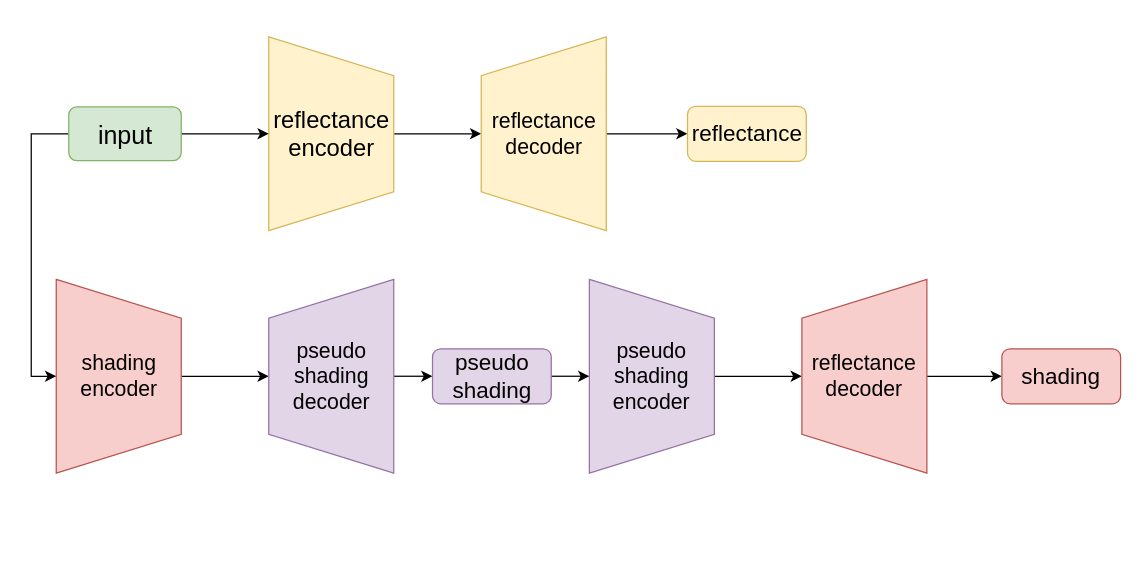
The draw.io diagram New_RIN.drawio in FangYang970206/draw.io, before the edit. Source tidied: cells renumbered, new cells numbered last; positions are measured from the earlier drawing's top-left corner, leaving out a move shared by most shapes. Both pictures are drawn from the tidied source at 125%, with x=0, y=0 at pixel (56, 36).
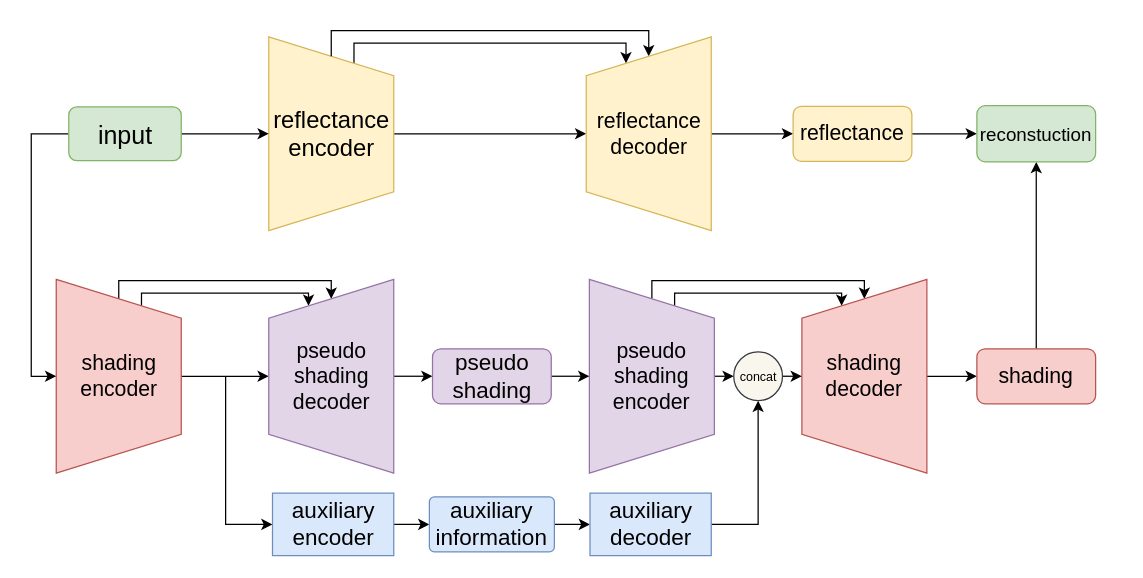
After the change.

Unchanged cells that the change refers to:
```xml
<mxCell id="3" value="&lt;font style=&quot;font-size: 19px&quot;&gt;reflectance&lt;br&gt;encoder&lt;/font&gt;" style="shape=trapezoid;perimeter=trapezoidPerimeter;whiteSpace=wrap;html=1;rotation=0;direction=south;fillColor=#fff2cc;strokeColor=#d6b656;" parent="1" vertex="1">
  <mxGeometry x="169.5" width="100" height="155" as="geometry" />
</mxCell>
<mxCell id="7" value="&lt;font style=&quot;font-size: 17px&quot;&gt;shading&lt;br&gt;encoder&lt;/font&gt;" style="shape=trapezoid;perimeter=trapezoidPerimeter;whiteSpace=wrap;html=1;rotation=0;direction=south;fillColor=#f8cecc;strokeColor=#b85450;" parent="1" vertex="1">
  <mxGeometry x="-0.5" y="194" width="100" height="155" as="geometry" />
</mxCell>
<mxCell id="9" value="&lt;font style=&quot;font-size: 17px&quot;&gt;pseudo&lt;br&gt;shading&lt;br&gt;decoder&lt;/font&gt;" style="shape=trapezoid;perimeter=trapezoidPerimeter;whiteSpace=wrap;html=1;rotation=0;direction=north;fillColor=#e1d5e7;strokeColor=#9673a6;" parent="1" vertex="1">
  <mxGeometry x="169.5" y="194" width="100" height="155" as="geometry" />
</mxCell>
<mxCell id="11" value="&lt;font style=&quot;font-size: 17px&quot;&gt;pseudo&lt;br&gt;shading&lt;br&gt;encoder&lt;/font&gt;" style="shape=trapezoid;perimeter=trapezoidPerimeter;whiteSpace=wrap;html=1;rotation=0;direction=south;fillColor=#e1d5e7;strokeColor=#9673a6;" parent="1" vertex="1">
  <mxGeometry x="426" y="194" width="100" height="155" as="geometry" />
</mxCell>
<mxCell id="19" value="&lt;font style=&quot;font-size: 18px&quot;&gt;pseudo&lt;br&gt;shading&lt;/font&gt;" style="rounded=1;whiteSpace=wrap;html=1;fillColor=#e1d5e7;strokeColor=#9673a6;" parent="1" vertex="1">
  <mxGeometry x="300.5" y="249.5" width="95" height="44" as="geometry" />
</mxCell>
```

Diff of the diagram source:
```diff
@@
+    <mxCell id="21" style="edgeStyle=orthogonalEdgeStyle;rounded=0;jettySize=auto;html=1;exitX=0;exitY=0.25;exitDx=0;exitDy=0;entryX=1;entryY=0.25;entryDx=0;entryDy=0;strokeColor=#000000;fontColor=#FF3399;" parent="1" edge="1" source="3" target="5">
+      <mxGeometry relative="1" as="geometry">
+        <Array as="points">
+          <mxPoint x="238" y="5" />
+          <mxPoint x="455" y="5" />
+        </Array>
+      </mxGeometry>
+    </mxCell>
@@
+    <mxCell id="22" style="edgeStyle=orthogonalEdgeStyle;rounded=0;jettySize=auto;html=1;strokeColor=#000000;fontColor=#FF3399;entryX=1;entryY=0.5;entryDx=0;entryDy=0;exitX=0;exitY=0.5;exitDx=0;exitDy=0;" parent="1" edge="1" source="3" target="5">
+      <mxGeometry relative="1" as="geometry">
+        <Array as="points">
+          <mxPoint x="219" y="-5" />
+          <mxPoint x="474" y="-5" />
+        </Array>
+      </mxGeometry>
+    </mxCell>
     <mxCell id="5" value="&lt;font style=&quot;font-size: 17px&quot;&gt;reflectance&lt;br&gt;decoder&lt;/font&gt;" style="shape=trapezoid;perimeter=trapezoidPerimeter;whiteSpace=wrap;html=1;rotation=0;direction=north;fillColor=#fff2cc;strokeColor=#d6b656;" parent="1" vertex="1">
-      <mxGeometry x="339.5" width="100" height="155" as="geometry" />
+      <mxGeometry x="423.5" width="100" height="155" as="geometry" />
     </mxCell>
-    <mxCell id="6" style="edgeStyle=orthogonalEdgeStyle;rounded=0;jettySize=auto;html=1;exitX=0.5;exitY=0;exitDx=0;exitDy=0;entryX=0.5;entryY=0;entryDx=0;entryDy=0;" parent="1" edge="1" source="7" target="9">
+    <mxCell id="6" style="edgeStyle=orthogonalEdgeStyle;rounded=0;jettySize=auto;html=1;exitX=0.5;exitY=0;exitDx=0;exitDy=0;entryX=0.5;entryY=0;entryDx=0;entryDy=0;horizontal=1;" parent="1" edge="1" source="7" target="9">
       <mxGeometry relative="1" as="geometry" />
     </mxCell>
+    <mxCell id="23" style="edgeStyle=orthogonalEdgeStyle;rounded=0;jettySize=auto;html=1;exitX=0;exitY=0.25;exitDx=0;exitDy=0;entryX=1;entryY=0.25;entryDx=0;entryDy=0;strokeColor=#000000;" parent="1" edge="1" source="7" target="9">
+      <mxGeometry relative="1" as="geometry">
+        <Array as="points">
+          <mxPoint x="68" y="205" />
+          <mxPoint x="201" y="205" />
+        </Array>
+      </mxGeometry>
+    </mxCell>
+    <mxCell id="24" style="edgeStyle=orthogonalEdgeStyle;rounded=0;jettySize=auto;html=1;exitX=0;exitY=0.5;exitDx=0;exitDy=0;entryX=1;entryY=0.5;entryDx=0;entryDy=0;strokeColor=#000000;" parent="1" edge="1" source="7" target="9">
+      <mxGeometry relative="1" as="geometry">
+        <Array as="points">
+          <mxPoint x="49" y="195" />
+          <mxPoint x="219" y="195" />
+        </Array>
+      </mxGeometry>
+    </mxCell>
+    <mxCell id="25" style="edgeStyle=orthogonalEdgeStyle;rounded=0;jettySize=auto;html=1;entryX=0;entryY=0.5;entryDx=0;entryDy=0;strokeColor=#000000;fontColor=#FF3399;verticalAlign=middle;" parent="1" edge="1" target="32">
+      <mxGeometry relative="1" as="geometry">
+        <mxPoint x="135" y="272" as="sourcePoint" />
+        <Array as="points">
+          <mxPoint x="135" y="390" />
+        </Array>
+      </mxGeometry>
+    </mxCell>
@@
-    <mxCell id="10" style="edgeStyle=orthogonalEdgeStyle;rounded=0;jettySize=auto;html=1;exitX=0.5;exitY=0;exitDx=0;exitDy=0;entryX=0.5;entryY=0;entryDx=0;entryDy=0;" parent="1" edge="1" source="11" target="13">
-      <mxGeometry relative="1" as="geometry" />
-    </mxCell>
+    <mxCell id="26" style="edgeStyle=orthogonalEdgeStyle;rounded=0;jettySize=auto;html=1;exitX=0.5;exitY=0;exitDx=0;exitDy=0;entryX=0;entryY=0.5;entryDx=0;entryDy=0;strokeColor=#000000;fontColor=#FF3399;" parent="1" edge="1" source="11" target="38">
+      <mxGeometry relative="1" as="geometry" />
+    </mxCell>
+    <mxCell id="27" style="edgeStyle=orthogonalEdgeStyle;rounded=0;jettySize=auto;html=1;exitX=0;exitY=0.25;exitDx=0;exitDy=0;entryX=1;entryY=0.25;entryDx=0;entryDy=0;strokeColor=#000000;fontColor=#FF3399;" parent="1" edge="1" source="11" target="13">
+      <mxGeometry relative="1" as="geometry">
+        <Array as="points">
+          <mxPoint x="494" y="205" />
+          <mxPoint x="628" y="205" />
+        </Array>
+      </mxGeometry>
+    </mxCell>
+    <mxCell id="28" style="edgeStyle=orthogonalEdgeStyle;rounded=0;jettySize=auto;html=1;exitX=0;exitY=0.5;exitDx=0;exitDy=0;entryX=1;entryY=0.5;entryDx=0;entryDy=0;strokeColor=#000000;fontColor=#FF3399;" parent="1" edge="1" source="11" target="13">
+      <mxGeometry relative="1" as="geometry">
+        <Array as="points">
+          <mxPoint x="476" y="195" />
+          <mxPoint x="646" y="195" />
+        </Array>
+      </mxGeometry>
+    </mxCell>
@@
-    <mxCell id="13" value="&lt;font style=&quot;font-size: 17px&quot;&gt;reflectance&lt;br&gt;decoder&lt;/font&gt;" style="shape=trapezoid;perimeter=trapezoidPerimeter;whiteSpace=wrap;html=1;rotation=0;direction=north;fillColor=#f8cecc;strokeColor=#b85450;" parent="1" vertex="1">
+    <mxCell id="13" value="&lt;font style=&quot;font-size: 17px&quot;&gt;shading&lt;br&gt;decoder&lt;/font&gt;" style="shape=trapezoid;perimeter=trapezoidPerimeter;whiteSpace=wrap;html=1;rotation=0;direction=north;fillColor=#f8cecc;strokeColor=#b85450;" parent="1" vertex="1">
       <mxGeometry x="596" y="194" width="100" height="155" as="geometry" />
     </mxCell>
@@
+    <mxCell id="29" style="edgeStyle=orthogonalEdgeStyle;rounded=0;jettySize=auto;html=1;exitX=1;exitY=0.5;exitDx=0;exitDy=0;strokeColor=#000000;fontColor=#FF3399;entryX=0;entryY=0.5;entryDx=0;entryDy=0;" parent="1" edge="1" source="17" target="39">
+      <mxGeometry relative="1" as="geometry" />
+    </mxCell>
-    <mxCell id="17" value="&lt;font style=&quot;font-size: 18px&quot;&gt;reflectance&lt;/font&gt;" style="rounded=1;whiteSpace=wrap;html=1;fillColor=#fff2cc;strokeColor=#d6b656;" parent="1" vertex="1">
-      <mxGeometry x="504.5" y="55.5" width="95" height="44" as="geometry" />
+    <mxCell id="17" value="&lt;font style=&quot;font-size: 17px&quot;&gt;reflectance&lt;/font&gt;" style="rounded=1;whiteSpace=wrap;html=1;fillColor=#fff2cc;strokeColor=#d6b656;" parent="1" vertex="1">
+      <mxGeometry x="589" y="55.5" width="95" height="44" as="geometry" />
     </mxCell>
-    <mxCell id="18" style="edgeStyle=orthogonalEdgeStyle;rounded=0;jettySize=auto;html=1;exitX=1;exitY=0.5;exitDx=0;exitDy=0;entryX=0.5;entryY=1;entryDx=0;entryDy=0;" parent="1" edge="1" source="19" target="11">
+    <mxCell id="18" style="edgeStyle=orthogonalEdgeStyle;rounded=0;jettySize=auto;html=1;exitX=1;exitY=0.5;exitDx=0;exitDy=0;entryX=0.5;entryY=1;entryDx=0;entryDy=0;strokeColor=#000000;fontColor=#FF3399;" parent="1" edge="1" source="19" target="11">
       <mxGeometry relative="1" as="geometry" />
     </mxCell>
@@
+    <mxCell id="30" style="edgeStyle=orthogonalEdgeStyle;rounded=0;jettySize=auto;html=1;exitX=0.5;exitY=0;exitDx=0;exitDy=0;entryX=0.5;entryY=1;entryDx=0;entryDy=0;strokeColor=#000000;fontColor=#FF3399;" parent="1" edge="1" source="20" target="39">
+      <mxGeometry relative="1" as="geometry" />
+    </mxCell>
-    <mxCell id="20" value="&lt;font style=&quot;font-size: 18px&quot;&gt;shading&lt;/font&gt;" style="rounded=1;whiteSpace=wrap;html=1;fillColor=#f8cecc;strokeColor=#b85450;" parent="1" vertex="1">
-      <mxGeometry x="756" y="249.5" width="95" height="44" as="geometry" />
+    <mxCell id="20" value="&lt;font style=&quot;font-size: 17px&quot;&gt;shading&lt;/font&gt;" style="rounded=1;whiteSpace=wrap;html=1;fillColor=#f8cecc;strokeColor=#b85450;" parent="1" vertex="1">
+      <mxGeometry x="736" y="249.5" width="95" height="44" as="geometry" />
     </mxCell>
+    <mxCell id="31" style="edgeStyle=orthogonalEdgeStyle;rounded=0;jettySize=auto;html=1;exitX=1;exitY=0.5;exitDx=0;exitDy=0;entryX=0;entryY=0.5;entryDx=0;entryDy=0;strokeColor=#000000;fontColor=#FF3399;" parent="1" edge="1" source="32" target="34">
+      <mxGeometry relative="1" as="geometry" />
+    </mxCell>
+    <mxCell id="32" value="&lt;font style=&quot;font-size: 18px&quot;&gt;auxiliary&lt;br&gt;encoder&lt;/font&gt;" style="rounded=0;whiteSpace=wrap;html=1;fillColor=#dae8fc;strokeColor=#6c8ebf;" parent="1" vertex="1">
+      <mxGeometry x="172.5" y="365" width="97" height="50" as="geometry" />
+    </mxCell>
+    <mxCell id="33" style="edgeStyle=orthogonalEdgeStyle;rounded=0;jettySize=auto;html=1;exitX=1;exitY=0.5;exitDx=0;exitDy=0;entryX=0;entryY=0.5;entryDx=0;entryDy=0;strokeColor=#000000;fontColor=#FF3399;" parent="1" edge="1" source="34" target="36">
+      <mxGeometry relative="1" as="geometry" />
+    </mxCell>
+    <mxCell id="34" value="&lt;span style=&quot;font-size: 18px&quot;&gt;auxiliary&lt;br&gt;information&lt;br&gt;&lt;/span&gt;" style="rounded=1;whiteSpace=wrap;html=1;fillColor=#dae8fc;strokeColor=#6c8ebf;arcSize=9;" parent="1" vertex="1">
+      <mxGeometry x="298" y="368" width="100" height="44" as="geometry" />
+    </mxCell>
+    <mxCell id="35" style="edgeStyle=orthogonalEdgeStyle;rounded=0;jettySize=auto;html=1;exitX=1;exitY=0.5;exitDx=0;exitDy=0;entryX=0.5;entryY=1;entryDx=0;entryDy=0;strokeColor=#000000;fontColor=#FF3399;" parent="1" edge="1" source="36" target="38">
+      <mxGeometry relative="1" as="geometry" />
+    </mxCell>
+    <mxCell id="36" value="&lt;font style=&quot;font-size: 18px&quot;&gt;auxiliary&lt;br&gt;decoder&lt;/font&gt;" style="rounded=0;whiteSpace=wrap;html=1;fillColor=#dae8fc;strokeColor=#6c8ebf;" parent="1" vertex="1">
+      <mxGeometry x="426.5" y="365" width="97" height="50" as="geometry" />
+    </mxCell>
+    <mxCell id="37" style="edgeStyle=orthogonalEdgeStyle;rounded=0;jettySize=auto;html=1;exitX=1;exitY=0.5;exitDx=0;exitDy=0;entryX=0.5;entryY=0;entryDx=0;entryDy=0;strokeColor=#000000;fontColor=#FF3399;" parent="1" edge="1" source="38" target="13">
+      <mxGeometry relative="1" as="geometry" />
+    </mxCell>
+    <mxCell id="38" value="&lt;font color=&quot;#000000&quot; style=&quot;font-size: 10px&quot;&gt;concat&lt;/font&gt;" style="ellipse;whiteSpace=wrap;html=1;fillColor=#f9f7ed;strokeColor=#36393d;" parent="1" vertex="1">
+      <mxGeometry x="541.5" y="252" width="39" height="39" as="geometry" />
+    </mxCell>
+    <mxCell id="39" value="&lt;span style=&quot;font-size: 15px&quot;&gt;reconstuction&lt;/span&gt;" style="rounded=1;whiteSpace=wrap;html=1;fillColor=#d5e8d4;strokeColor=#82b366;" parent="1" vertex="1">
+      <mxGeometry x="736" y="55" width="95" height="45" as="geometry" />
+    </mxCell>
```
